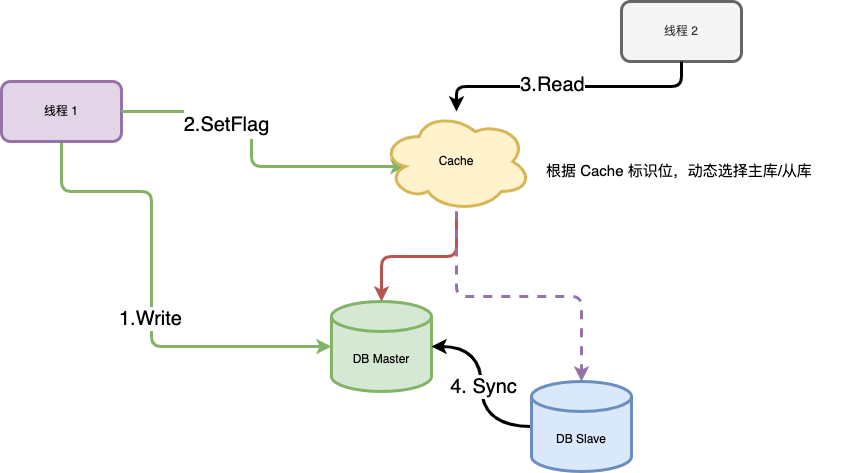
This is dynamicMaster.drawio.png from anriclee/diagramStorage, a draw.io export, as it was before one commit. Source tidied: cells renumbered, new cells last; positions are measured from the earlier drawing's top-left corner, leaving out a move shared by most shapes.
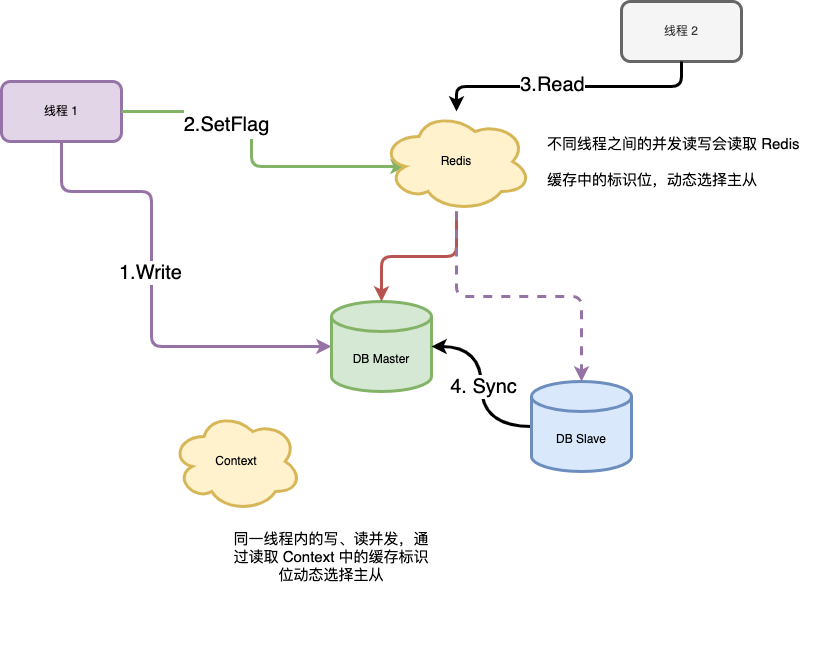
After the change.

Diff of the diagram source:
```diff
@@ -5,7 +5,7 @@
     <mxCell id="2" value="&lt;span style=&quot;&quot;&gt;线程 2&lt;/span&gt;" style="rounded=1;whiteSpace=wrap;html=1;strokeWidth=3;fillColor=#f5f5f5;fontColor=#333333;strokeColor=#666666;" parent="1" vertex="1">
       <mxGeometry x="620" width="120" height="60" as="geometry" />
     </mxCell>
-    <mxCell id="3" style="edgeStyle=orthogonalEdgeStyle;rounded=1;jettySize=auto;html=1;fontFamily=Helvetica;fontSize=12;fontColor=default;strokeWidth=3;fillColor=#d5e8d4;strokeColor=#82b366;exitX=0.5;exitY=1;exitDx=0;exitDy=0;" parent="1" edge="1" source="5" target="8">
+    <mxCell id="3" style="edgeStyle=orthogonalEdgeStyle;rounded=1;jettySize=auto;html=1;fontFamily=Helvetica;fontSize=12;fontColor=default;strokeWidth=3;fillColor=#e1d5e7;strokeColor=#9673a6;exitX=0.5;exitY=1;exitDx=0;exitDy=0;" parent="1" edge="1" source="5" target="8">
       <mxGeometry relative="1" as="geometry">
         <Array as="points">
           <mxPoint x="60" y="190" />
@@ -16,7 +16,7 @@
     </mxCell>
     <mxCell id="4" value="&lt;font style=&quot;font-size: 20px;&quot;&gt;1.Write&lt;/font&gt;" style="edgeLabel;html=1;align=center;verticalAlign=middle;fontSize=12;fontFamily=Helvetica;fontColor=default;" parent="3" vertex="1">
       <mxGeometry x="0.29" y="3" relative="1" as="geometry">
-        <mxPoint x="-13" y="-26" as="offset" />
+        <mxPoint x="-13" y="-72" as="offset" />
       </mxGeometry>
     </mxCell>
     <mxCell id="5" value="线程 1" style="rounded=1;whiteSpace=wrap;html=1;fontFamily=Helvetica;fontSize=12;strokeColor=#9673a6;strokeWidth=3;fillColor=#e1d5e7;" parent="1" vertex="1">
@@ -58,11 +58,17 @@
     <mxCell id="15" style="edgeStyle=orthogonalEdgeStyle;shape=connector;rounded=1;jettySize=auto;html=1;labelBackgroundColor=default;fontFamily=Helvetica;fontSize=20;fontColor=default;endArrow=classic;strokeColor=#9673a6;strokeWidth=3;dashed=1;fillColor=#e1d5e7;" parent="1" edge="1" source="16" target="11">
       <mxGeometry relative="1" as="geometry" />
     </mxCell>
-    <mxCell id="16" value="Cache" style="ellipse;shape=cloud;whiteSpace=wrap;html=1;rounded=1;fontFamily=Helvetica;fontSize=12;strokeColor=#d6b656;strokeWidth=3;fillColor=#fff2cc;" parent="1" vertex="1">
+    <mxCell id="16" value="Redis" style="ellipse;shape=cloud;whiteSpace=wrap;html=1;rounded=1;fontFamily=Helvetica;fontSize=12;strokeColor=#d6b656;strokeWidth=3;fillColor=#fff2cc;" parent="1" vertex="1">
       <mxGeometry x="380" y="110" width="150" height="100" as="geometry" />
     </mxCell>
-    <mxCell id="17" value="&lt;h1&gt;&lt;font style=&quot;font-weight: normal; font-size: 15px;&quot;&gt;根据 Cache 标识位，动态选择主库/从库&lt;/font&gt;&lt;/h1&gt;" style="text;html=1;strokeColor=none;fillColor=none;spacing=5;spacingTop=-20;whiteSpace=wrap;overflow=hidden;rounded=0;fontFamily=Helvetica;fontSize=20;fontColor=default;" parent="1" vertex="1">
-      <mxGeometry x="540" y="120" width="320" height="100" as="geometry" />
-    </mxCell>
+    <mxCell id="18" value="Context" style="ellipse;shape=cloud;whiteSpace=wrap;html=1;rounded=1;fontFamily=Helvetica;fontSize=12;strokeColor=#d6b656;strokeWidth=3;fillColor=#fff2cc;" parent="1" vertex="1">
+      <mxGeometry x="170" y="410" width="130" height="100" as="geometry" />
+    </mxCell>
+    <mxCell id="19" value="&lt;h1 style=&quot;text-align: left;&quot;&gt;&lt;font style=&quot;font-weight: normal; font-size: 15px;&quot;&gt;不同线程之间的并发读写会读取 Redis 缓存中的标识位，动态选择主从&lt;/font&gt;&amp;nbsp;&lt;/h1&gt;" style="text;html=1;strokeColor=none;fillColor=none;align=center;verticalAlign=middle;whiteSpace=wrap;rounded=0;fontFamily=Helvetica;fontSize=15;fontColor=default;" parent="1" vertex="1">
+      <mxGeometry x="545" y="140" width="270" height="30" as="geometry" />
+    </mxCell>
+    <mxCell id="20" value="同一线程内的写、读并发，通过读取 Context 中的缓存标识位动态选择主从" style="text;html=1;strokeColor=none;fillColor=none;align=center;verticalAlign=middle;whiteSpace=wrap;rounded=0;fontFamily=Helvetica;fontSize=15;fontColor=default;" parent="1" vertex="1">
+      <mxGeometry x="230" y="460" width="200" height="190" as="geometry" />
+    </mxCell>
   </root>
 </mxGraphModel>
```
